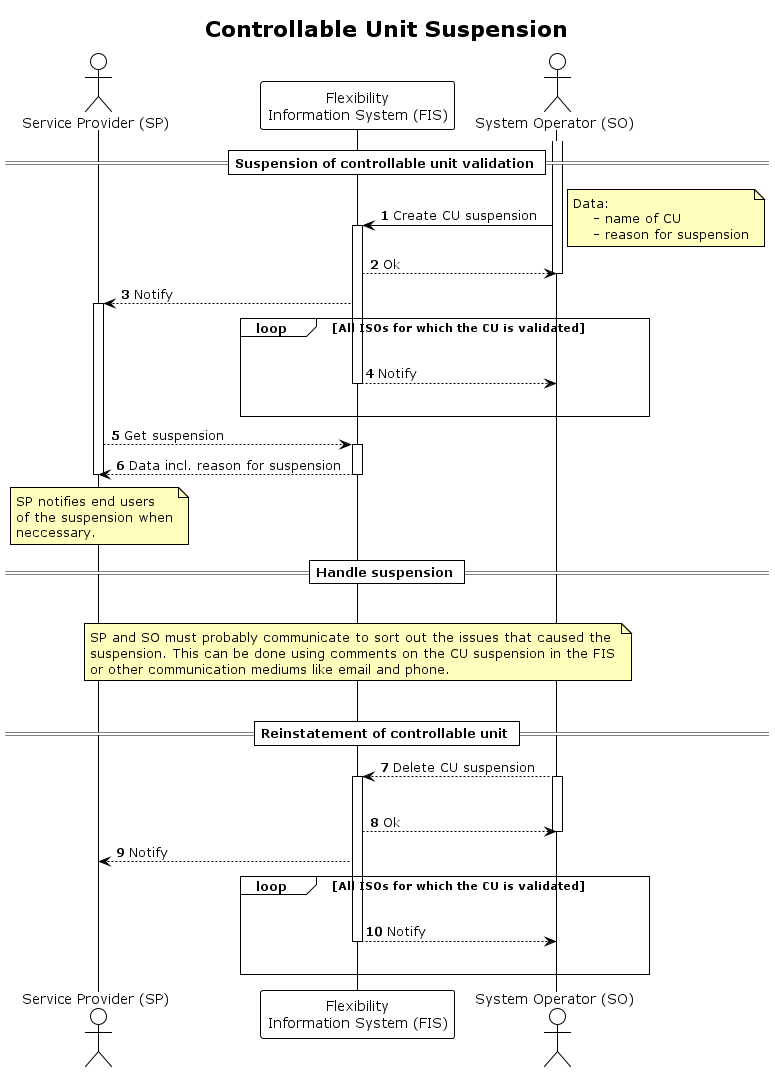
elhub/flex-information-system keeps this PlantUML diagram as docs/diagrams/controllable_unit_suspension.png. Above is the earlier version.
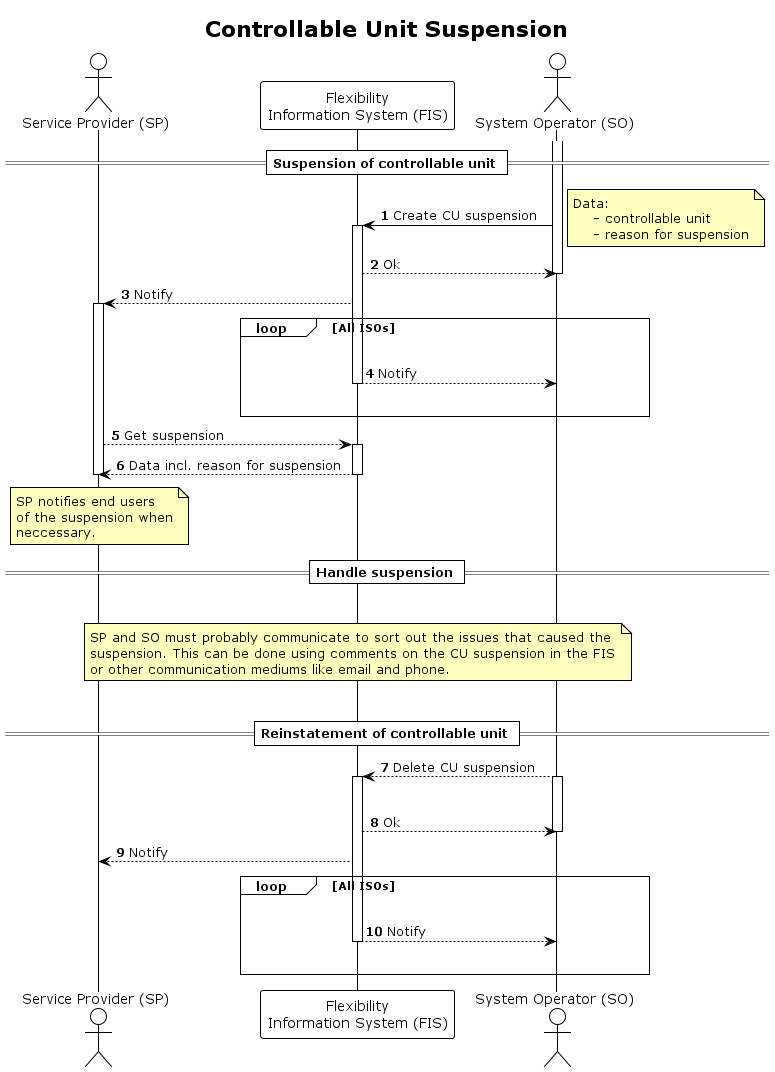
Above is the later version.

Change to the diagram source:
```diff
@@ -13,14 +13,14 @@
 participant "Flexibility\nInformation System (FIS)" as FIS
 actor "System Operator (SO)" as SO
 
-== Suspension of controllable unit validation ==
+== Suspension of controllable unit ==
 
 activate SO
 SO -> FIS: Create CU suspension
 
 note right
     Data:
-        - name of CU
+        - controllable unit
         - reason for suspension
 end note
 
@@ -30,7 +30,7 @@
 deactivate SO
 FIS-->SP: Notify
 activate SP
-loop All ISOs for which the CU is validated
+loop All ISOs
     |||
     FIS --> SO: Notify
     deactivate FIS
@@ -68,7 +68,7 @@
 deactivate SO
 FIS --> SP: Notify
 
-loop All ISOs for which the CU is validated
+loop All ISOs
     |||
     FIS --> SO: Notify
     deactivate FIS
```
